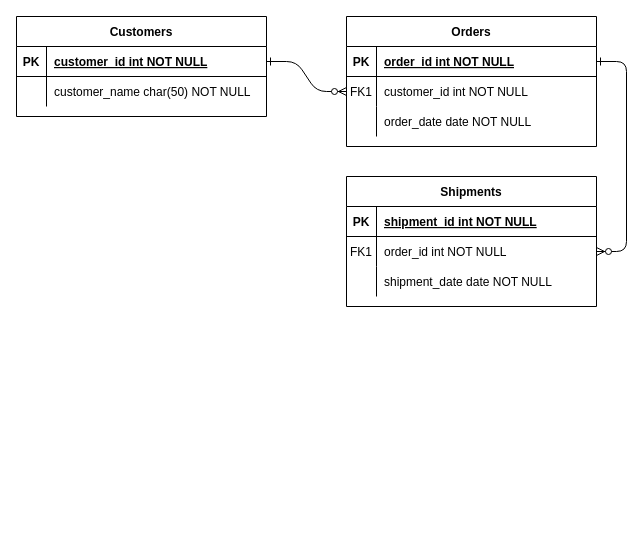
This is mod4project.drawio from allene-norton/friendly-engine, a draw.io file, before an edit. Source tidied: cells renumbered, new cells numbered last; positions are measured from the earlier drawing's top-left corner, leaving out a move shared by most shapes. Both pictures are drawn from the tidied source at 100%, with x=0, y=0 at pixel (16, 16).
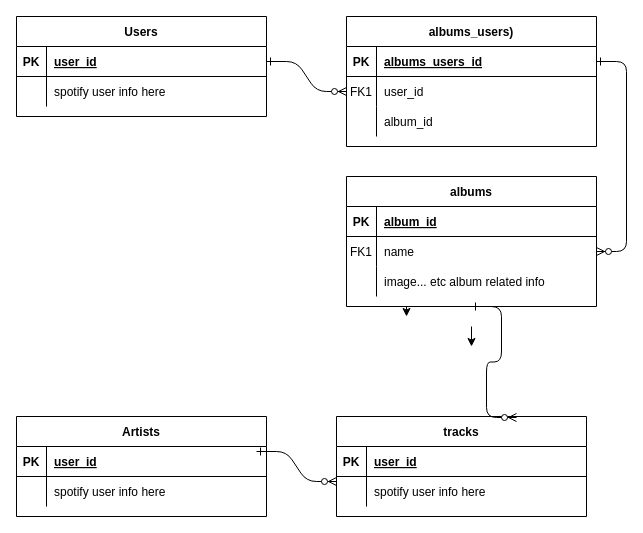
Above is the later version.

Unchanged cells that the change refers to:
```xml
<mxCell id="5" style="shape=partialRectangle;fillColor=none;points=[[0,0.5],[1,0.5]];portConstraint=eastwest;top=0;left=0;right=0;bottom=1;" parent="4" vertex="1">
  <mxGeometry y="30" width="250" height="30" as="geometry" />
</mxCell>
<mxCell id="8" style="shape=partialRectangle;fillColor=none;points=[[0,0.5],[1,0.5]];portConstraint=eastwest;top=0;left=0;right=0;bottom=0;" parent="4" vertex="1">
  <mxGeometry y="60" width="250" height="30" as="geometry" />
</mxCell>
<mxCell id="11" style="shape=partialRectangle;fillColor=none;top=0;left=0;right=0;bottom=0;" parent="4" vertex="1">
  <mxGeometry y="90" width="250" height="30" as="geometry" />
</mxCell>
<mxCell id="15" style="shape=partialRectangle;fillColor=none;top=0;left=0;right=0;bottom=1;" parent="14" vertex="1">
  <mxGeometry y="30" width="250" height="30" as="geometry" />
</mxCell>
<mxCell id="18" style="shape=partialRectangle;fillColor=none;points=[[0,0.5],[1,0.5]];portConstraint=eastwest;top=0;left=0;right=0;bottom=0;" parent="14" vertex="1">
  <mxGeometry y="60" width="250" height="30" as="geometry" />
</mxCell>
<mxCell id="21" style="shape=partialRectangle;fillColor=none;top=0;left=0;right=0;bottom=0;" parent="14" vertex="1">
  <mxGeometry y="90" width="250" height="30" as="geometry" />
</mxCell>
<mxCell id="25" style="shape=partialRectangle;fillColor=none;points=[[0,0.5],[1,0.5]];portConstraint=eastwest;top=0;left=0;right=0;bottom=1;" parent="24" vertex="1">
  <mxGeometry y="30" width="250" height="30" as="geometry" />
</mxCell>
<mxCell id="28" style="shape=partialRectangle;fillColor=none;top=0;left=0;right=0;bottom=0;" parent="24" vertex="1">
  <mxGeometry y="60" width="250" height="30" as="geometry" />
</mxCell>
```

Diff of the diagram source:
```diff
@@
-    <mxCell id="4" value="Orders" style="shape=table;startSize=30;childLayout=tableLayout;rowLines=0;fontStyle=1;align=center;" parent="1" vertex="1">
+    <mxCell id="4" value="albums_users)" style="shape=table;startSize=30;childLayout=tableLayout;rowLines=0;fontStyle=1;align=center;" parent="1" vertex="1">
       <mxGeometry x="330" width="250" height="130" as="geometry" />
     </mxCell>
@@
-    <mxCell id="7" value="order_id int NOT NULL " style="shape=partialRectangle;overflow=hidden;fillColor=none;top=0;left=0;bottom=0;right=0;align=left;spacingLeft=6;fontStyle=5;" parent="5" vertex="1">
+    <mxCell id="7" value="albums_users_id" style="shape=partialRectangle;overflow=hidden;fillColor=none;top=0;left=0;bottom=0;right=0;align=left;spacingLeft=6;fontStyle=5;" parent="5" vertex="1">
       <mxGeometry x="30" width="220" height="30" as="geometry" />
     </mxCell>
@@
-    <mxCell id="10" value="customer_id int NOT NULL" style="shape=partialRectangle;overflow=hidden;fillColor=none;top=0;left=0;bottom=0;right=0;align=left;spacingLeft=6;" parent="8" vertex="1">
+    <mxCell id="10" value="user_id" style="shape=partialRectangle;overflow=hidden;fillColor=none;top=0;left=0;bottom=0;right=0;align=left;spacingLeft=6;" parent="8" vertex="1">
       <mxGeometry x="30" width="220" height="30" as="geometry" />
     </mxCell>
@@
-    <mxCell id="13" value="order_date date NOT NULL" style="shape=partialRectangle;overflow=hidden;fillColor=none;top=0;left=0;bottom=0;right=0;align=left;spacingLeft=6;" parent="11" vertex="1">
+    <mxCell id="13" value="album_id" style="shape=partialRectangle;overflow=hidden;fillColor=none;top=0;left=0;bottom=0;right=0;align=left;spacingLeft=6;" parent="11" vertex="1">
       <mxGeometry x="30" width="220" height="30" as="geometry" />
     </mxCell>
+    <mxCell id="31" style="edgeStyle=orthogonalEdgeStyle;rounded=0;orthogonalLoop=1;jettySize=auto;html=1;" parent="1" edge="1">
+      <mxGeometry relative="1" as="geometry">
+        <mxPoint x="455" y="310" as="sourcePoint" />
+        <mxPoint x="455" y="330" as="targetPoint" />
+      </mxGeometry>
+    </mxCell>
+    <mxCell id="32" style="edgeStyle=orthogonalEdgeStyle;rounded=0;jettySize=auto;html=1;exitX=0.25;exitY=1;exitDx=0;exitDy=0;" parent="1" edge="1" source="14">
+      <mxGeometry relative="1" as="geometry">
+        <mxPoint x="390" y="300" as="targetPoint" />
+      </mxGeometry>
+    </mxCell>
-    <mxCell id="14" value="Shipments" style="shape=table;startSize=30;childLayout=tableLayout;rowLines=0;fontStyle=1;align=center;" parent="1" vertex="1">
+    <mxCell id="14" value="albums" style="shape=table;startSize=30;childLayout=tableLayout;rowLines=0;fontStyle=1;align=center;" parent="1" vertex="1">
       <mxGeometry x="330" y="160" width="250" height="130" as="geometry" />
     </mxCell>
@@
-    <mxCell id="17" value="shipment_id int NOT NULL " style="shape=partialRectangle;overflow=hidden;fillColor=none;top=0;left=0;bottom=0;right=0;align=left;spacingLeft=6;fontStyle=5;" parent="15" vertex="1">
+    <mxCell id="17" value="album_id" style="shape=partialRectangle;overflow=hidden;fillColor=none;top=0;left=0;bottom=0;right=0;align=left;spacingLeft=6;fontStyle=5;" parent="15" vertex="1">
       <mxGeometry x="30" width="220" height="30" as="geometry" />
     </mxCell>
@@
-    <mxCell id="20" value="order_id int NOT NULL" style="shape=partialRectangle;overflow=hidden;fillColor=none;top=0;left=0;bottom=0;right=0;align=left;spacingLeft=6;" parent="18" vertex="1">
+    <mxCell id="20" value="name" style="shape=partialRectangle;overflow=hidden;fillColor=none;top=0;left=0;bottom=0;right=0;align=left;spacingLeft=6;" parent="18" vertex="1">
       <mxGeometry x="30" width="220" height="30" as="geometry" />
     </mxCell>
@@
-    <mxCell id="23" value="shipment_date date NOT NULL" style="shape=partialRectangle;overflow=hidden;fillColor=none;top=0;left=0;bottom=0;right=0;align=left;spacingLeft=6;" parent="21" vertex="1">
+    <mxCell id="23" value="image... etc album related info" style="shape=partialRectangle;overflow=hidden;fillColor=none;top=0;left=0;bottom=0;right=0;align=left;spacingLeft=6;" parent="21" vertex="1">
       <mxGeometry x="30" width="220" height="30" as="geometry" />
     </mxCell>
-    <mxCell id="24" value="Customers" style="shape=table;startSize=30;childLayout=tableLayout;rowLines=0;fontStyle=1;align=center;" parent="1" vertex="1">
+    <mxCell id="24" value="Users" style="shape=table;startSize=30;childLayout=tableLayout;rowLines=0;fontStyle=1;align=center;" parent="1" vertex="1">
       <mxGeometry width="250" height="100" as="geometry" />
     </mxCell>
@@
-    <mxCell id="27" value="customer_id int NOT NULL " style="shape=partialRectangle;overflow=hidden;fillColor=none;top=0;left=0;bottom=0;right=0;align=left;spacingLeft=6;fontStyle=5;" parent="25" vertex="1">
+    <mxCell id="27" value="user_id" style="shape=partialRectangle;overflow=hidden;fillColor=none;top=0;left=0;bottom=0;right=0;align=left;spacingLeft=6;fontStyle=5;" parent="25" vertex="1">
       <mxGeometry x="30" width="220" height="30" as="geometry" />
     </mxCell>
@@
-    <mxCell id="30" value="customer_name char(50) NOT NULL" style="shape=partialRectangle;overflow=hidden;fillColor=none;top=0;left=0;bottom=0;right=0;align=left;spacingLeft=6;" parent="28" vertex="1">
+    <mxCell id="30" value="spotify user info here" style="shape=partialRectangle;overflow=hidden;fillColor=none;top=0;left=0;bottom=0;right=0;align=left;spacingLeft=6;" parent="28" vertex="1">
       <mxGeometry x="30" width="220" height="30" as="geometry" />
     </mxCell>
+    <mxCell id="33" value="tracks" style="shape=table;startSize=30;childLayout=tableLayout;rowLines=0;fontStyle=1;align=center;" parent="1" vertex="1">
+      <mxGeometry x="320" y="400" width="250" height="100" as="geometry" />
+    </mxCell>
+    <mxCell id="34" style="shape=partialRectangle;fillColor=none;top=0;left=0;right=0;bottom=1;" parent="33" vertex="1">
+      <mxGeometry y="30" width="250" height="30" as="geometry" />
+    </mxCell>
+    <mxCell id="35" value="PK" style="shape=partialRectangle;overflow=hidden;fillColor=none;top=0;left=0;bottom=0;right=0;fontStyle=1;" parent="34" vertex="1">
+      <mxGeometry width="30" height="30" as="geometry" />
+    </mxCell>
+    <mxCell id="36" value="user_id" style="shape=partialRectangle;overflow=hidden;fillColor=none;top=0;left=0;bottom=0;right=0;align=left;spacingLeft=6;fontStyle=5;" parent="34" vertex="1">
+      <mxGeometry x="30" width="220" height="30" as="geometry" />
+    </mxCell>
+    <mxCell id="37" style="shape=partialRectangle;fillColor=none;top=0;left=0;right=0;bottom=0;" parent="33" vertex="1">
+      <mxGeometry y="60" width="250" height="30" as="geometry" />
+    </mxCell>
+    <mxCell id="38" style="shape=partialRectangle;overflow=hidden;fillColor=none;top=0;left=0;bottom=0;right=0;" parent="37" vertex="1">
+      <mxGeometry width="30" height="30" as="geometry" />
+    </mxCell>
+    <mxCell id="39" value="spotify user info here" style="shape=partialRectangle;overflow=hidden;fillColor=none;top=0;left=0;bottom=0;right=0;align=left;spacingLeft=6;" parent="37" vertex="1">
+      <mxGeometry x="30" width="220" height="30" as="geometry" />
+    </mxCell>
+    <mxCell id="40" value="Artists" style="shape=table;startSize=30;childLayout=tableLayout;rowLines=0;fontStyle=1;align=center;" parent="1" vertex="1">
+      <mxGeometry y="400" width="250" height="100" as="geometry" />
+    </mxCell>
+    <mxCell id="41" style="shape=partialRectangle;fillColor=none;top=0;left=0;right=0;bottom=1;" parent="40" vertex="1">
+      <mxGeometry y="30" width="250" height="30" as="geometry" />
+    </mxCell>
+    <mxCell id="42" value="PK" style="shape=partialRectangle;overflow=hidden;fillColor=none;top=0;left=0;bottom=0;right=0;fontStyle=1;" parent="41" vertex="1">
+      <mxGeometry width="30" height="30" as="geometry" />
+    </mxCell>
+    <mxCell id="43" value="user_id" style="shape=partialRectangle;overflow=hidden;fillColor=none;top=0;left=0;bottom=0;right=0;align=left;spacingLeft=6;fontStyle=5;" parent="41" vertex="1">
+      <mxGeometry x="30" width="220" height="30" as="geometry" />
+    </mxCell>
+    <mxCell id="44" style="shape=partialRectangle;fillColor=none;top=0;left=0;right=0;bottom=0;" parent="40" vertex="1">
+      <mxGeometry y="60" width="250" height="30" as="geometry" />
+    </mxCell>
+    <mxCell id="45" style="shape=partialRectangle;overflow=hidden;fillColor=none;top=0;left=0;bottom=0;right=0;" parent="44" vertex="1">
+      <mxGeometry width="30" height="30" as="geometry" />
+    </mxCell>
+    <mxCell id="46" value="spotify user info here" style="shape=partialRectangle;overflow=hidden;fillColor=none;top=0;left=0;bottom=0;right=0;align=left;spacingLeft=6;" parent="44" vertex="1">
+      <mxGeometry x="30" width="220" height="30" as="geometry" />
+    </mxCell>
+    <mxCell id="47" style="edgeStyle=entityRelationEdgeStyle;endArrow=ERzeroToMany;startArrow=ERone;endFill=1;startFill=0;" parent="1" edge="1">
+      <mxGeometry relative="1" as="geometry">
+        <mxPoint x="240" y="435" as="sourcePoint" />
+        <mxPoint x="320" y="465" as="targetPoint" />
+      </mxGeometry>
+    </mxCell>
+    <mxCell id="48" style="edgeStyle=entityRelationEdgeStyle;endArrow=ERzeroToMany;startArrow=ERone;endFill=1;startFill=0;entryX=0.72;entryY=0.01;entryDx=0;entryDy=0;entryPerimeter=0;exitX=0.5;exitY=1;exitDx=0;exitDy=0;" parent="1" edge="1" source="14" target="33">
+      <mxGeometry relative="1" as="geometry" />
+    </mxCell>
```
